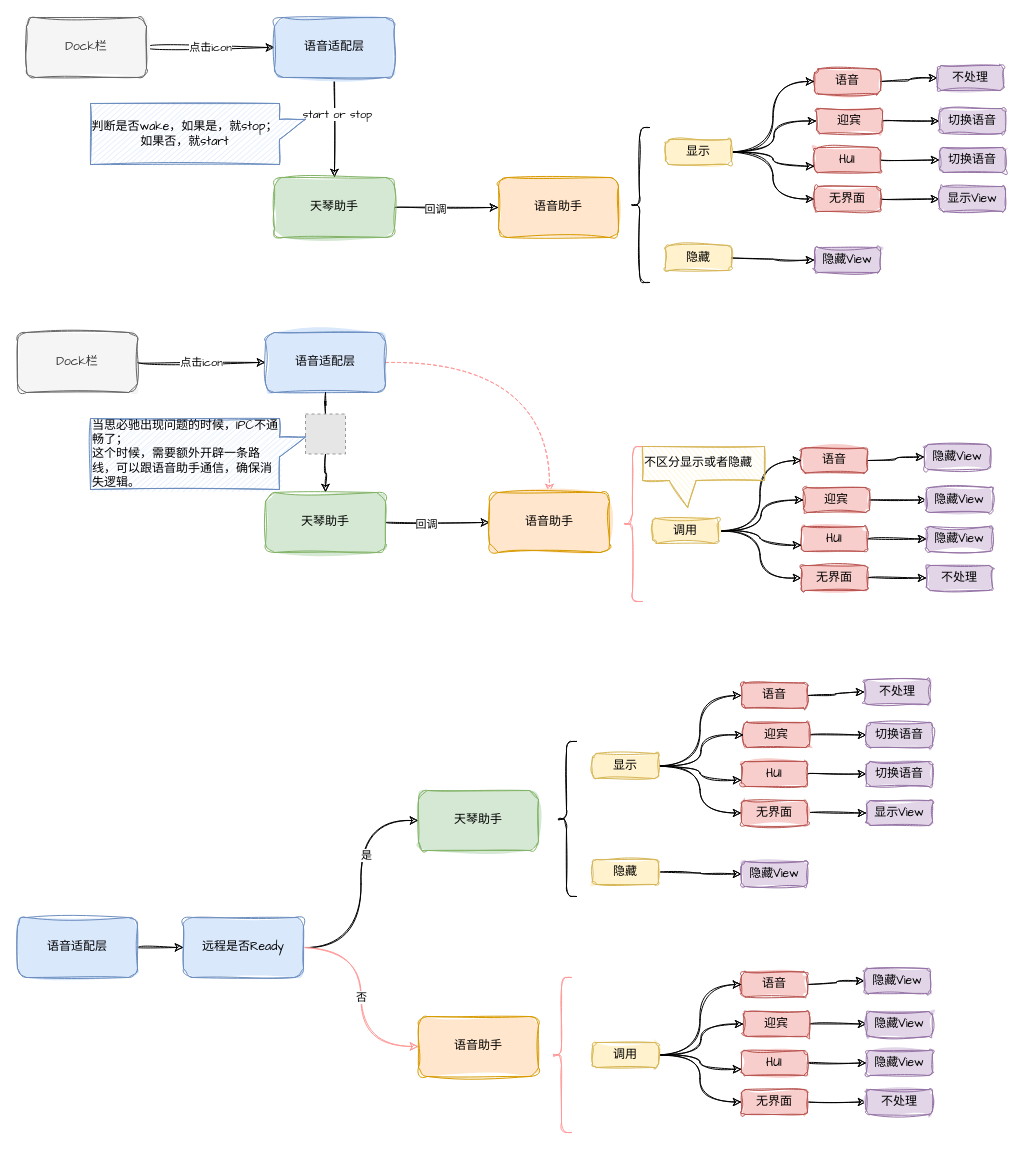
TryLoveCatch/charts keeps this draw.io diagram as 点击Dock栏切换语音助手.drawio. Above is the earlier version. Source tidied: cells renumbered, new cells numbered last; positions are measured from the earlier drawing's top-left corner, leaving out a move shared by most shapes. Both pictures are drawn from the tidied source at 100%, with x=0, y=0 at pixel (17, 17). Pictures stored in the file or linked from it are replaced by grey dashed boxes.
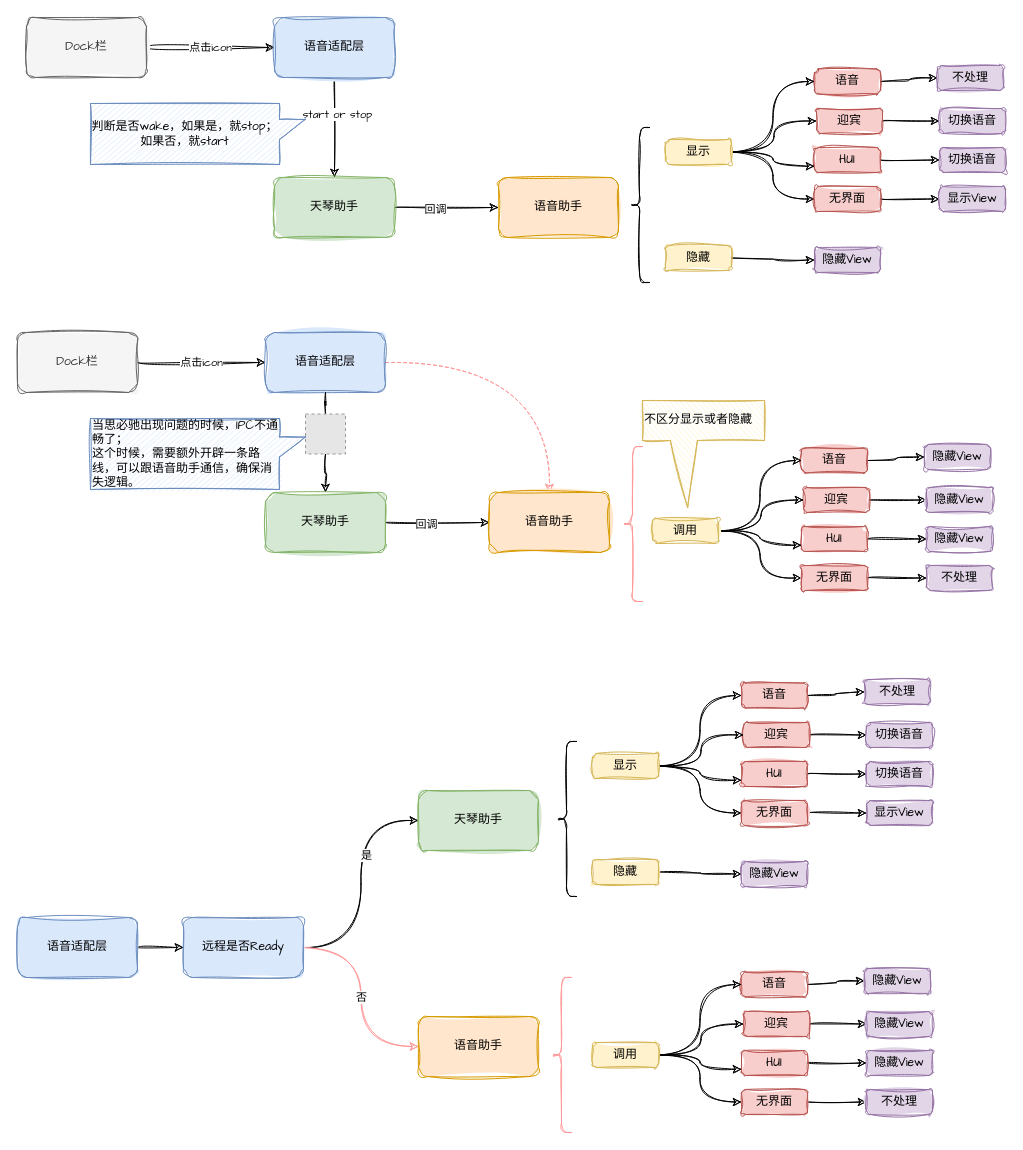
After the change.

Commit message (it also covers changes not shown here):
更新点击Dock栏切换语音助手.drawio

Change to the diagram source:
```diff
@@
-    <mxCell id="110" value="不区分显示或者隐藏" style="shape=callout;whiteSpace=wrap;html=1;perimeter=calloutPerimeter;sketch=1;fillStyle=auto;fontFamily=Comic Sans MS;fillColor=#fff2cc;strokeColor=#d6b656;direction=west;flipV=1;size=27;position=0.56;position2=0.63;align=left;base=27;" parent="1" vertex="1">
-      <mxGeometry x="625" y="429" width="122" height="61" as="geometry" />
+    <mxCell id="110" value="不区分显示或者隐藏" style="shape=callout;whiteSpace=wrap;html=1;perimeter=calloutPerimeter;sketch=1;fillStyle=auto;fontFamily=Comic Sans MS;fillColor=#fff2cc;strokeColor=#d6b656;direction=west;flipV=1;size=67;position=0.55;position2=0.63;align=left;base=27;" parent="1" vertex="1">
+      <mxGeometry x="625" y="383" width="122" height="107" as="geometry" />
     </mxCell>
```
